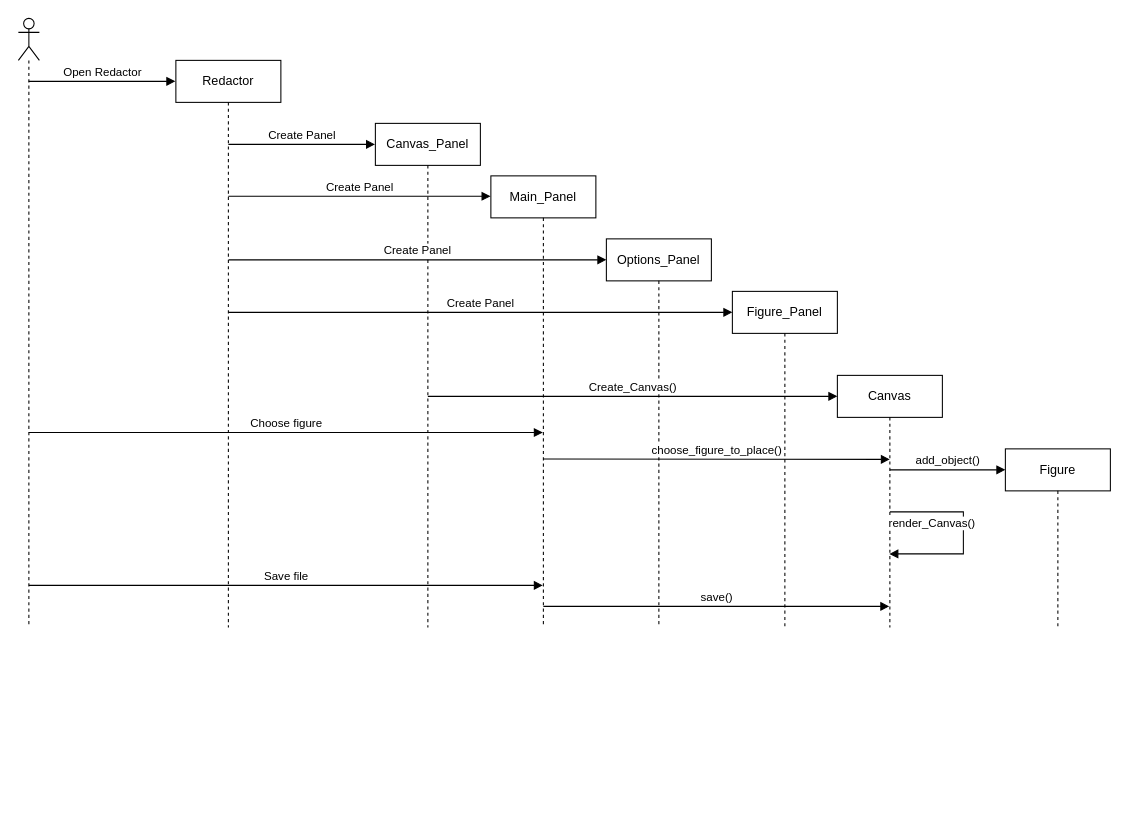
Before: Sequance.drawio in MstislavRomanovski/ProgramIngeneering, a draw.io diagram. Source tidied: cells renumbered, new cells numbered last; positions are measured from the earlier drawing's top-left corner, leaving out a move shared by most shapes. Both pictures are drawn from the tidied source at 105%, with x=0, y=0 at pixel (18, 18).
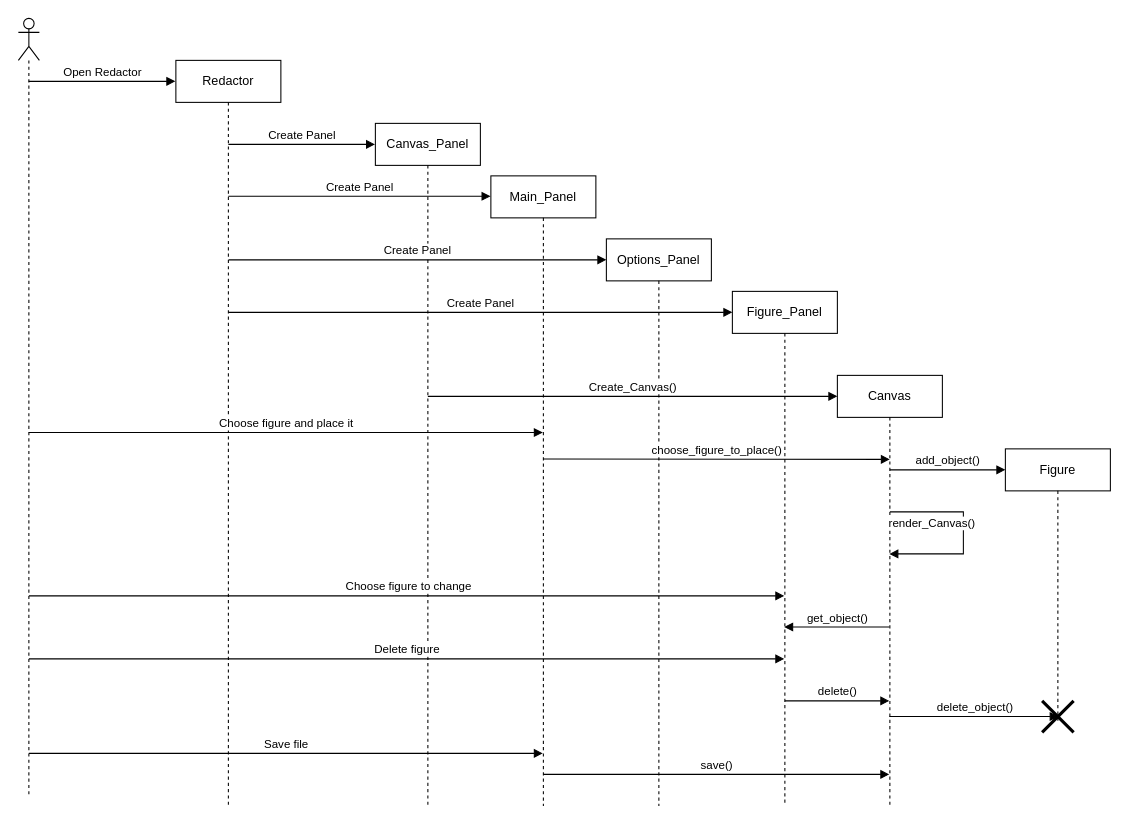
The same page after the edit.

What changed in the source:
```diff
@@
     <mxCell id="2" value="Redactor" style="shape=umlLifeline;perimeter=lifelinePerimeter;whiteSpace=wrap;html=1;newEdgeStyle={&quot;edgeStyle&quot;:&quot;elbowEdgeStyle&quot;,&quot;elbow&quot;:&quot;vertical&quot;,&quot;curved&quot;:0,&quot;rounded&quot;:0};" parent="1" vertex="1">
-      <mxGeometry x="150" y="40" width="100" height="540" as="geometry" />
+      <mxGeometry x="150" y="40" width="100" height="710" as="geometry" />
     </mxCell>
     <mxCell id="3" value="Canvas_Panel" style="shape=umlLifeline;perimeter=lifelinePerimeter;whiteSpace=wrap;html=1;newEdgeStyle={&quot;edgeStyle&quot;:&quot;elbowEdgeStyle&quot;,&quot;elbow&quot;:&quot;vertical&quot;,&quot;curved&quot;:0,&quot;rounded&quot;:0};" parent="1" vertex="1">
-      <mxGeometry x="340" y="100" width="100" height="480" as="geometry" />
+      <mxGeometry x="340" y="100" width="100" height="650" as="geometry" />
     </mxCell>
     <mxCell id="4" value="Main_Panel" style="shape=umlLifeline;perimeter=lifelinePerimeter;whiteSpace=wrap;html=1;outlineConnect=0;portConstraint=eastwest;newEdgeStyle={&quot;edgeStyle&quot;:&quot;elbowEdgeStyle&quot;,&quot;elbow&quot;:&quot;vertical&quot;,&quot;curved&quot;:0,&quot;rounded&quot;:0};" parent="1" vertex="1">
-      <mxGeometry x="450" y="150" width="100" height="430" as="geometry" />
+      <mxGeometry x="450" y="150" width="100" height="600" as="geometry" />
     </mxCell>
     <mxCell id="5" value="Options_Panel" style="shape=umlLifeline;perimeter=lifelinePerimeter;whiteSpace=wrap;html=1;newEdgeStyle={&quot;edgeStyle&quot;:&quot;elbowEdgeStyle&quot;,&quot;elbow&quot;:&quot;vertical&quot;,&quot;curved&quot;:0,&quot;rounded&quot;:0};" parent="1" vertex="1">
-      <mxGeometry x="560" y="210" width="100" height="370" as="geometry" />
+      <mxGeometry x="560" y="210" width="100" height="540" as="geometry" />
     </mxCell>
     <mxCell id="6" value="Figure_Panel" style="shape=umlLifeline;perimeter=lifelinePerimeter;whiteSpace=wrap;html=1;newEdgeStyle={&quot;edgeStyle&quot;:&quot;elbowEdgeStyle&quot;,&quot;elbow&quot;:&quot;vertical&quot;,&quot;curved&quot;:0,&quot;rounded&quot;:0};" parent="1" vertex="1">
-      <mxGeometry x="680" y="260" width="100" height="320" as="geometry" />
+      <mxGeometry x="680" y="260" width="100" height="490" as="geometry" />
     </mxCell>
     <mxCell id="7" value="Canvas" style="shape=umlLifeline;perimeter=lifelinePerimeter;whiteSpace=wrap;html=1;outlineConnect=0;portConstraint=eastwest;newEdgeStyle={&quot;edgeStyle&quot;:&quot;elbowEdgeStyle&quot;,&quot;elbow&quot;:&quot;vertical&quot;,&quot;curved&quot;:0,&quot;rounded&quot;:0};" parent="1" vertex="1">
-      <mxGeometry x="780" y="340" width="100" height="240" as="geometry" />
+      <mxGeometry x="780" y="340" width="100" height="410" as="geometry" />
     </mxCell>
     <mxCell id="8" value="Figure" style="shape=umlLifeline;perimeter=lifelinePerimeter;whiteSpace=wrap;html=1;newEdgeStyle={&quot;edgeStyle&quot;:&quot;elbowEdgeStyle&quot;,&quot;elbow&quot;:&quot;vertical&quot;,&quot;curved&quot;:0,&quot;rounded&quot;:0};" parent="1" vertex="1">
-      <mxGeometry x="940" y="410" width="100" height="170" as="geometry" />
+      <mxGeometry x="940" y="410" width="100" height="260" as="geometry" />
     </mxCell>
+    <mxCell id="22" style="shape=umlDestroy;whiteSpace=wrap;html=1;strokeWidth=3;targetShapes=umlLifeline;" parent="8" vertex="1">
+      <mxGeometry x="35" y="240" width="30" height="30" as="geometry" />
+    </mxCell>
     <mxCell id="9" style="shape=umlLifeline;perimeter=lifelinePerimeter;whiteSpace=wrap;html=1;newEdgeStyle={&quot;curved&quot;:0,&quot;rounded&quot;:0};participant=umlActor;" parent="1" vertex="1">
-      <mxGeometry width="20" height="580" as="geometry" />
+      <mxGeometry width="20" height="740" as="geometry" />
     </mxCell>
@@
-    <mxCell id="18" value="Choose figure" style="html=1;verticalAlign=bottom;endArrow=block;curved=0;rounded=0;" parent="1" edge="1">
+    <mxCell id="18" value="Choose figure and place it" style="html=1;verticalAlign=bottom;endArrow=block;curved=0;rounded=0;" parent="1" edge="1">
       <mxGeometry relative="1" as="geometry">
         <mxPoint x="10" y="394.5" as="sourcePoint" />
         <mxPoint x="499.5" y="394.5" as="targetPoint" />
       </mxGeometry>
     </mxCell>
-    <mxCell id="19" value="Save file" style="html=1;verticalAlign=bottom;endArrow=block;curved=0;rounded=0;" parent="1" edge="1" target="4">
+    <mxCell id="19" value="Save file" style="html=1;verticalAlign=bottom;endArrow=block;curved=0;rounded=0;" parent="1" edge="1">
       <mxGeometry relative="1" as="geometry">
-        <mxPoint x="10" y="540" as="sourcePoint" />
+        <mxPoint x="10" y="700" as="sourcePoint" />
+        <mxPoint x="499.5" y="700" as="targetPoint" />
       </mxGeometry>
     </mxCell>
-    <mxCell id="20" value="save()" style="html=1;verticalAlign=bottom;endArrow=block;curved=0;rounded=0;" parent="1" edge="1" target="7">
+    <mxCell id="20" value="save()" style="html=1;verticalAlign=bottom;endArrow=block;curved=0;rounded=0;" parent="1" edge="1">
       <mxGeometry relative="1" as="geometry">
-        <mxPoint x="500" y="560" as="sourcePoint" />
+        <mxPoint x="500" y="720" as="sourcePoint" />
+        <mxPoint x="829.5" y="720" as="targetPoint" />
       </mxGeometry>
     </mxCell>
@@
+    <mxCell id="23" value="Delete figure" style="html=1;verticalAlign=bottom;endArrow=block;curved=0;rounded=0;" parent="1" edge="1">
+      <mxGeometry relative="1" as="geometry">
+        <mxPoint x="10" y="610" as="sourcePoint" />
+        <mxPoint x="729.5" y="610" as="targetPoint" />
+      </mxGeometry>
+    </mxCell>
+    <mxCell id="24" value="delete_object()" style="html=1;verticalAlign=bottom;endArrow=block;curved=0;rounded=0;entryX=0.526;entryY=0.499;entryDx=0;entryDy=0;entryPerimeter=0;" parent="1" edge="1" source="7" target="22">
+      <mxGeometry relative="1" as="geometry" />
+    </mxCell>
+    <mxCell id="25" value="delete()" style="html=1;verticalAlign=bottom;endArrow=block;curved=0;rounded=0;" parent="1" edge="1">
+      <mxGeometry relative="1" as="geometry">
+        <mxPoint x="730" y="650" as="sourcePoint" />
+        <mxPoint x="829.5" y="650" as="targetPoint" />
+      </mxGeometry>
+    </mxCell>
+    <mxCell id="26" value="get_object()" style="html=1;verticalAlign=bottom;endArrow=block;curved=0;rounded=0;" parent="1" edge="1">
+      <mxGeometry relative="1" as="geometry">
+        <mxPoint x="829.5" y="579.6" as="sourcePoint" />
+        <mxPoint x="729.3" y="579.6" as="targetPoint" />
+      </mxGeometry>
+    </mxCell>
+    <mxCell id="27" value="&amp;nbsp;Choose figure to change" style="html=1;verticalAlign=bottom;endArrow=block;curved=0;rounded=0;" parent="1" edge="1">
+      <mxGeometry relative="1" as="geometry">
+        <mxPoint x="10" y="550" as="sourcePoint" />
+        <mxPoint x="729.5" y="550" as="targetPoint" />
+      </mxGeometry>
+    </mxCell>
```
